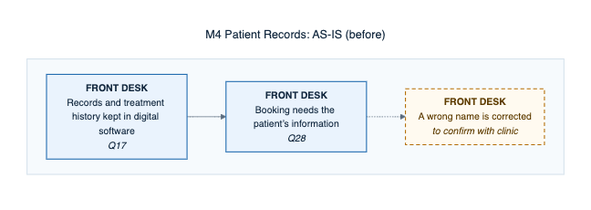
Above: docs/defense/diagrams/png/M4-patient-records-as-is.png in 0phem/multibranch-dental-clinic (Mermaid), before the change. Its source is kept beside it as docs/defense/diagrams/M4-patient-records-as-is.mmd. Source of this version:
```mermaid
---
title: "M4 Patient Records: AS-IS (before)"
---
flowchart TB
    subgraph L1[" "]
    direction LR
      S0["<b>FRONT DESK</b><br/>Records and treatment history kept in digital software<br/><i>Q17</i>"]:::cited
      S1["<b>FRONT DESK</b><br/>Booking needs the patient’s information<br/><i>Q28</i>"]:::cited
      S2["<b>FRONT DESK</b><br/>A wrong name is corrected<br/><i>to confirm with clinic</i>"]:::confirm
    end
    S0 --> S1
    S1 -.-> S2
    classDef cited fill:#eaf3fd,stroke:#1865ac,color:#142a40,stroke-width:1.5px
    classDef confirm fill:#fffaf0,stroke:#b26a00,color:#5e3c00,stroke-width:1.5px,stroke-dasharray:6 4
    classDef auto fill:#e6f5ee,stroke:#0c7f75,color:#0f3d33,stroke-width:1.5px
    classDef manual fill:#eaf3fd,stroke:#1865ac,color:#142a40,stroke-width:1.5px
    classDef mock fill:#f3f5f7,stroke:#5a6b7d,color:#3a4e63,stroke-width:1.5px,stroke-dasharray:3 3
    classDef planned fill:#ffffff,stroke:#5a6b7d,color:#3a4e63,stroke-width:1.5px,stroke-dasharray:6 4
```
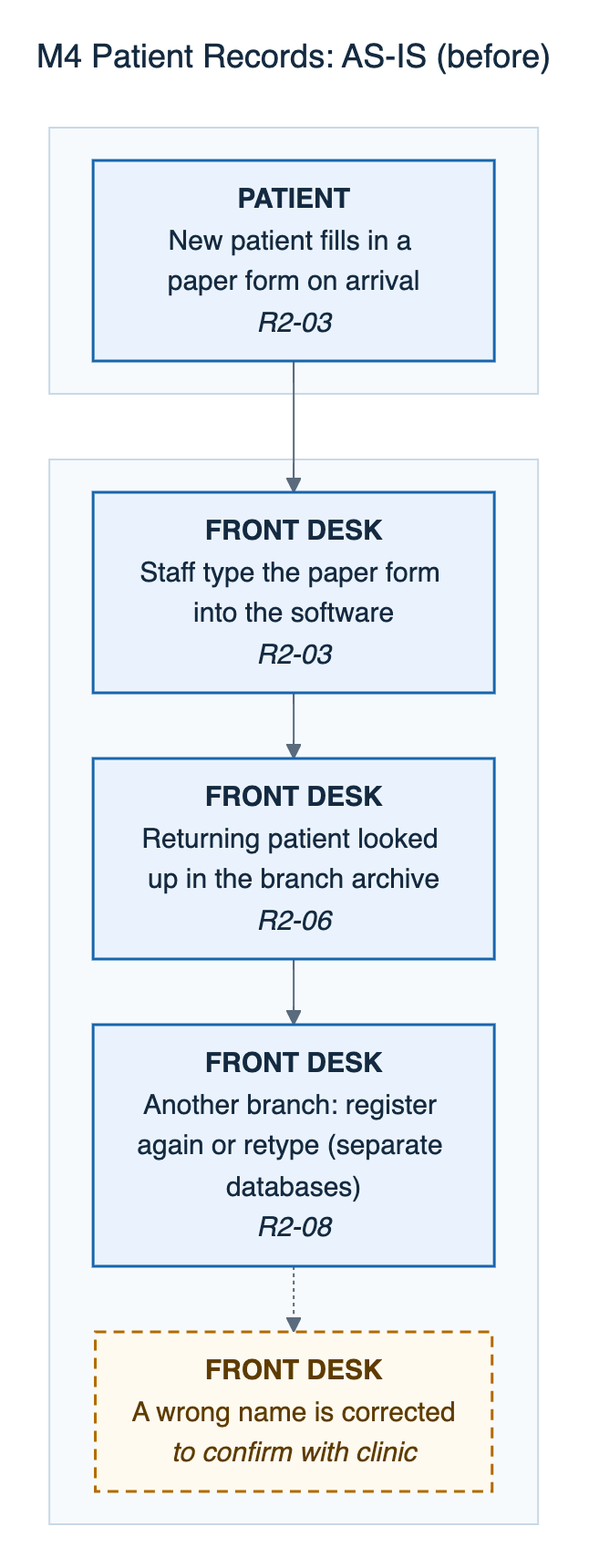
Later version of the same file.

Diff of the diagram source:
```diff
@@ -2,14 +2,21 @@
 title: "M4 Patient Records: AS-IS (before)"
 ---
 flowchart TB
+    subgraph L0[" "]
+    direction LR
+      S0["<b>PATIENT</b><br/>New patient fills in a paper form on arrival<br/><i>R2-03</i>"]:::cited
+    end
     subgraph L1[" "]
     direction LR
-      S0["<b>FRONT DESK</b><br/>Records and treatment history kept in digital software<br/><i>Q17</i>"]:::cited
-      S1["<b>FRONT DESK</b><br/>Booking needs the patient’s information<br/><i>Q28</i>"]:::cited
-      S2["<b>FRONT DESK</b><br/>A wrong name is corrected<br/><i>to confirm with clinic</i>"]:::confirm
+      S1["<b>FRONT DESK</b><br/>Staff type the paper form into the software<br/><i>R2-03</i>"]:::cited
+      S2["<b>FRONT DESK</b><br/>Returning patient looked up in the branch archive<br/><i>R2-06</i>"]:::cited
+      S3["<b>FRONT DESK</b><br/>Another branch: register again or retype (separate databases)<br/><i>R2-08</i>"]:::cited
+      S4["<b>FRONT DESK</b><br/>A wrong name is corrected<br/><i>to confirm with clinic</i>"]:::confirm
     end
     S0 --> S1
-    S1 -.-> S2
+    S1 --> S2
+    S2 --> S3
+    S3 -.-> S4
     classDef cited fill:#eaf3fd,stroke:#1865ac,color:#142a40,stroke-width:1.5px
     classDef confirm fill:#fffaf0,stroke:#b26a00,color:#5e3c00,stroke-width:1.5px,stroke-dasharray:6 4
     classDef auto fill:#e6f5ee,stroke:#0c7f75,color:#0f3d33,stroke-width:1.5px
```
